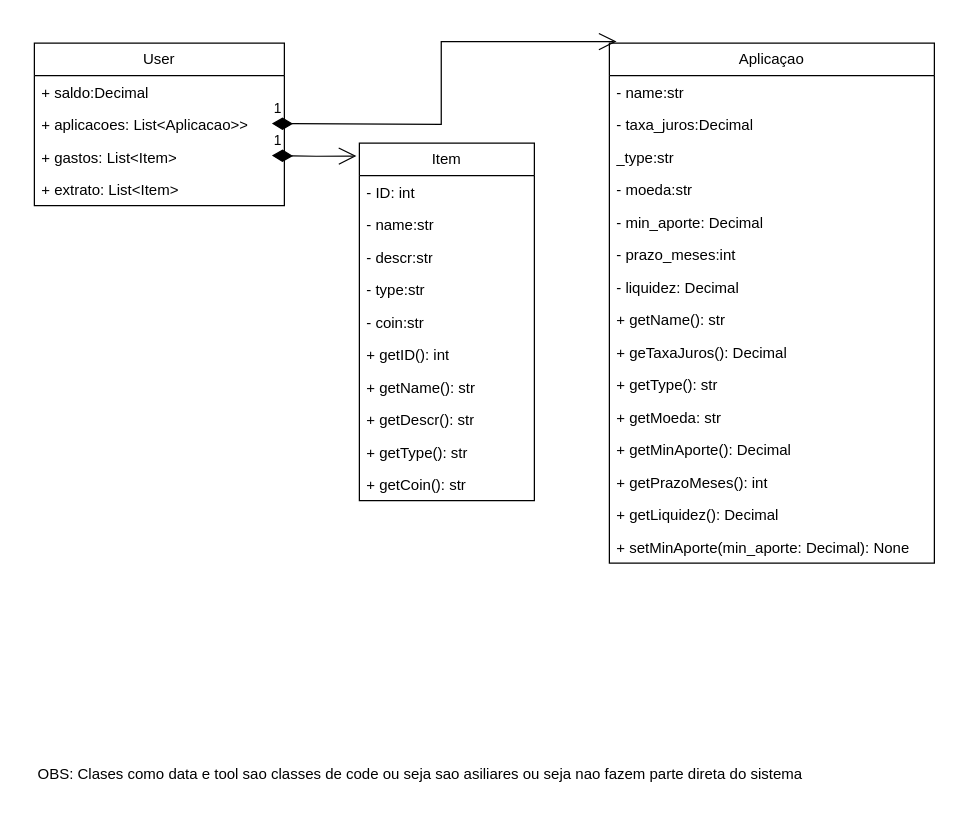
Earlier version of the draw.io diagram doc/CoreOS_Finace_UML.drawio (QuittoGames/CoreOS_Finace). Source tidied: cells renumbered, new cells numbered last; positions are measured from the earlier drawing's top-left corner, leaving out a move shared by most shapes. Both pictures are drawn from the tidied source at 125%, with x=0, y=0 at pixel (21, 42).
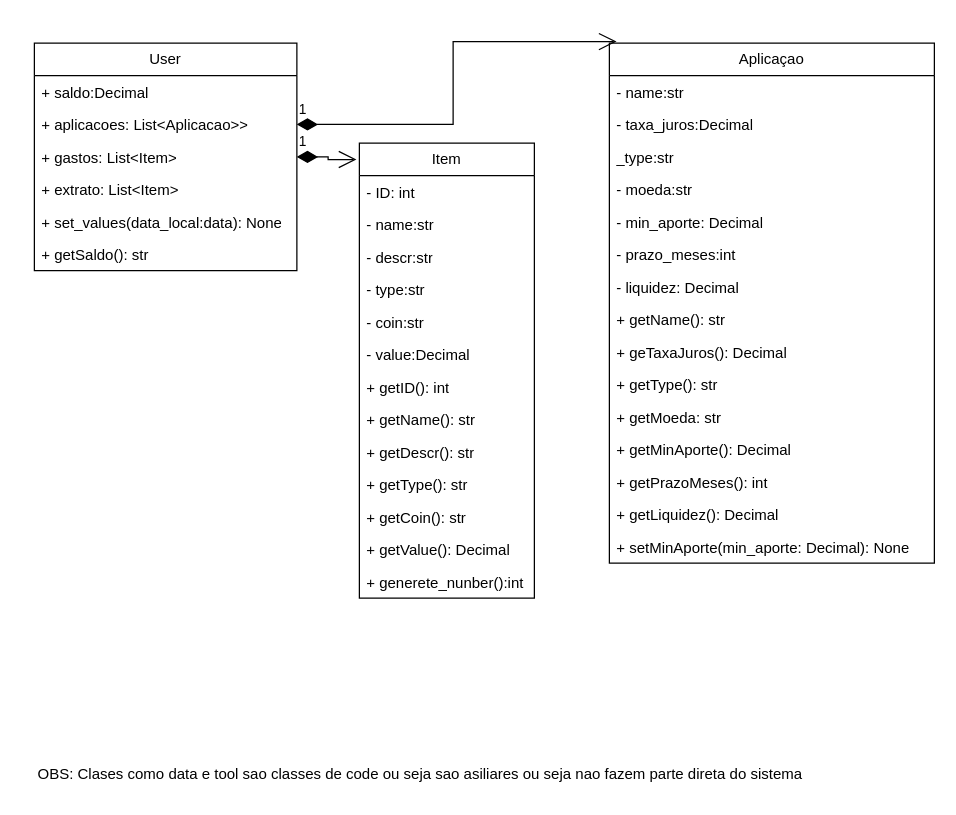
The same diagram, later.

Unchanged cells that the change refers to:
```xml
<mxCell id="19" value="Aplicaçao" style="swimlane;fontStyle=0;horizontal=1;startSize=26;fillColor=none;whiteSpace=wrap;html=1;" parent="1" vertex="1">
  <mxGeometry x="470" width="260" height="416" as="geometry" />
</mxCell>
```

Diff of the diagram source:
```diff
@@
     <mxCell id="2" value="User" style="swimlane;fontStyle=0;horizontal=1;startSize=26;fillColor=none;whiteSpace=wrap;html=1;" parent="1" vertex="1">
-      <mxGeometry x="10" width="200" height="130" as="geometry" />
+      <mxGeometry x="10" width="210" height="182" as="geometry" />
     </mxCell>
     <mxCell id="3" value="+ saldo:Decimal" style="text;strokeColor=none;fillColor=none;align=left;verticalAlign=top;spacingLeft=4;spacingRight=4;overflow=hidden;whiteSpace=wrap;html=1;" parent="2" vertex="1">
-      <mxGeometry y="26" width="200" height="26" as="geometry" />
+      <mxGeometry y="26" width="210" height="26" as="geometry" />
     </mxCell>
     <mxCell id="4" value="+ aplicacoes: List&amp;lt;Aplicacao&amp;gt;&amp;gt;&lt;div&gt;&lt;br&gt;&lt;/div&gt;" style="text;strokeColor=none;fillColor=none;align=left;verticalAlign=top;spacingLeft=4;spacingRight=4;overflow=hidden;points=[[0,0.5],[1,0.5]];portConstraint=eastwest;whiteSpace=wrap;html=1;" parent="2" vertex="1">
-      <mxGeometry y="52" width="200" height="26" as="geometry" />
+      <mxGeometry y="52" width="210" height="26" as="geometry" />
     </mxCell>
-    <mxCell id="5" value="1" style="endArrow=open;html=1;endSize=12;startArrow=diamondThin;startSize=14;startFill=1;edgeStyle=orthogonalEdgeStyle;align=left;verticalAlign=bottom;rounded=0;entryX=-0.017;entryY=0.036;entryDx=0;entryDy=0;entryPerimeter=0;" parent="2" edge="1" target="8">
-      <mxGeometry x="-1" y="3" relative="1" as="geometry">
-        <mxPoint x="190" y="90" as="sourcePoint" />
-      </mxGeometry>
-    </mxCell>
     <mxCell id="6" value="+ gastos: List&amp;lt;Item&amp;gt;" style="text;strokeColor=none;fillColor=none;align=left;verticalAlign=top;spacingLeft=4;spacingRight=4;overflow=hidden;points=[[0,0.5],[1,0.5]];portConstraint=eastwest;whiteSpace=wrap;html=1;" parent="2" vertex="1">
-      <mxGeometry y="78" width="200" height="26" as="geometry" />
+      <mxGeometry y="78" width="210" height="26" as="geometry" />
     </mxCell>
     <mxCell id="7" value="&lt;div&gt;+ extrato: List&amp;lt;Item&amp;gt;&lt;/div&gt;&lt;div&gt;&lt;br&gt;&lt;/div&gt;" style="text;strokeColor=none;fillColor=none;align=left;verticalAlign=top;spacingLeft=4;spacingRight=4;overflow=hidden;whiteSpace=wrap;html=1;" parent="2" vertex="1">
-      <mxGeometry y="104" width="200" height="26" as="geometry" />
+      <mxGeometry y="104" width="210" height="26" as="geometry" />
     </mxCell>
+    <mxCell id="37" value="&lt;div&gt;+ set_values(data_local:data): None&lt;/div&gt;" style="text;strokeColor=none;fillColor=none;align=left;verticalAlign=top;spacingLeft=4;spacingRight=4;overflow=hidden;whiteSpace=wrap;html=1;" parent="2" vertex="1">
+      <mxGeometry y="130" width="210" height="26" as="geometry" />
+    </mxCell>
+    <mxCell id="38" value="&lt;div&gt;+ getSaldo(): str&lt;/div&gt;" style="text;strokeColor=none;fillColor=none;align=left;verticalAlign=top;spacingLeft=4;spacingRight=4;overflow=hidden;whiteSpace=wrap;html=1;" parent="2" vertex="1">
+      <mxGeometry y="156" width="210" height="26" as="geometry" />
+    </mxCell>
     <mxCell id="8" value="Item" style="swimlane;fontStyle=0;horizontal=1;startSize=26;fillColor=none;whiteSpace=wrap;html=1;" parent="1" vertex="1">
-      <mxGeometry x="270" y="80" width="140" height="286" as="geometry" />
+      <mxGeometry x="270" y="80" width="140" height="364" as="geometry" />
     </mxCell>
@@
+    <mxCell id="39" value="- value:Decimal" style="text;strokeColor=none;fillColor=none;align=left;verticalAlign=top;spacingLeft=4;spacingRight=4;overflow=hidden;whiteSpace=wrap;html=1;" parent="8" vertex="1">
+      <mxGeometry y="156" width="140" height="26" as="geometry" />
+    </mxCell>
     <mxCell id="14" value="+ getID(): int" style="text;strokeColor=none;fillColor=none;align=left;verticalAlign=top;spacingLeft=4;spacingRight=4;overflow=hidden;whiteSpace=wrap;html=1;" parent="8" vertex="1">
-      <mxGeometry y="156" width="140" height="26" as="geometry" />
+      <mxGeometry y="182" width="140" height="26" as="geometry" />
     </mxCell>
     <mxCell id="15" value="+ getName(): str" style="text;strokeColor=none;fillColor=none;align=left;verticalAlign=top;spacingLeft=4;spacingRight=4;overflow=hidden;whiteSpace=wrap;html=1;" parent="8" vertex="1">
-      <mxGeometry y="182" width="140" height="26" as="geometry" />
+      <mxGeometry y="208" width="140" height="26" as="geometry" />
     </mxCell>
     <mxCell id="16" value="+ getDescr(): str" style="text;strokeColor=none;fillColor=none;align=left;verticalAlign=top;spacingLeft=4;spacingRight=4;overflow=hidden;whiteSpace=wrap;html=1;" parent="8" vertex="1">
-      <mxGeometry y="208" width="140" height="26" as="geometry" />
+      <mxGeometry y="234" width="140" height="26" as="geometry" />
     </mxCell>
     <mxCell id="17" value="+ getType(): str" style="text;strokeColor=none;fillColor=none;align=left;verticalAlign=top;spacingLeft=4;spacingRight=4;overflow=hidden;whiteSpace=wrap;html=1;" parent="8" vertex="1">
-      <mxGeometry y="234" width="140" height="26" as="geometry" />
+      <mxGeometry y="260" width="140" height="26" as="geometry" />
     </mxCell>
     <mxCell id="18" value="+ getCoin(): str" style="text;strokeColor=none;fillColor=none;align=left;verticalAlign=top;spacingLeft=4;spacingRight=4;overflow=hidden;whiteSpace=wrap;html=1;" parent="8" vertex="1">
-      <mxGeometry y="260" width="140" height="26" as="geometry" />
+      <mxGeometry y="286" width="140" height="26" as="geometry" />
     </mxCell>
+    <mxCell id="40" value="+ getValue(): Decimal" style="text;strokeColor=none;fillColor=none;align=left;verticalAlign=top;spacingLeft=4;spacingRight=4;overflow=hidden;whiteSpace=wrap;html=1;" parent="8" vertex="1">
+      <mxGeometry y="312" width="140" height="26" as="geometry" />
+    </mxCell>
+    <mxCell id="41" value="+ generete_nunber():int" style="text;strokeColor=none;fillColor=none;align=left;verticalAlign=top;spacingLeft=4;spacingRight=4;overflow=hidden;whiteSpace=wrap;html=1;" parent="8" vertex="1">
+      <mxGeometry y="338" width="140" height="26" as="geometry" />
+    </mxCell>
@@
-    <mxCell id="36" value="1" style="endArrow=open;html=1;endSize=12;startArrow=diamondThin;startSize=14;startFill=1;edgeStyle=orthogonalEdgeStyle;align=left;verticalAlign=bottom;rounded=0;entryX=0.022;entryY=-0.003;entryDx=0;entryDy=0;entryPerimeter=0;" parent="1" edge="1" target="19">
-      <mxGeometry x="-1" y="3" relative="1" as="geometry">
-        <mxPoint x="200" y="64.4" as="sourcePoint" />
-      </mxGeometry>
+    <mxCell id="36" value="1" style="endArrow=open;html=1;endSize=12;startArrow=diamondThin;startSize=14;startFill=1;edgeStyle=orthogonalEdgeStyle;align=left;verticalAlign=bottom;rounded=0;entryX=0.022;entryY=-0.003;entryDx=0;entryDy=0;entryPerimeter=0;exitX=1;exitY=0.5;exitDx=0;exitDy=0;" parent="1" edge="1" source="4" target="19">
+      <mxGeometry x="-1" y="3" relative="1" as="geometry" />
     </mxCell>
+    <mxCell id="5" value="1" style="endArrow=open;html=1;endSize=12;startArrow=diamondThin;startSize=14;startFill=1;edgeStyle=orthogonalEdgeStyle;align=left;verticalAlign=bottom;rounded=0;entryX=-0.017;entryY=0.036;entryDx=0;entryDy=0;entryPerimeter=0;exitX=1;exitY=0.5;exitDx=0;exitDy=0;" parent="1" edge="1" source="6" target="8">
+      <mxGeometry x="-1" y="3" relative="1" as="geometry" />
+    </mxCell>
```
